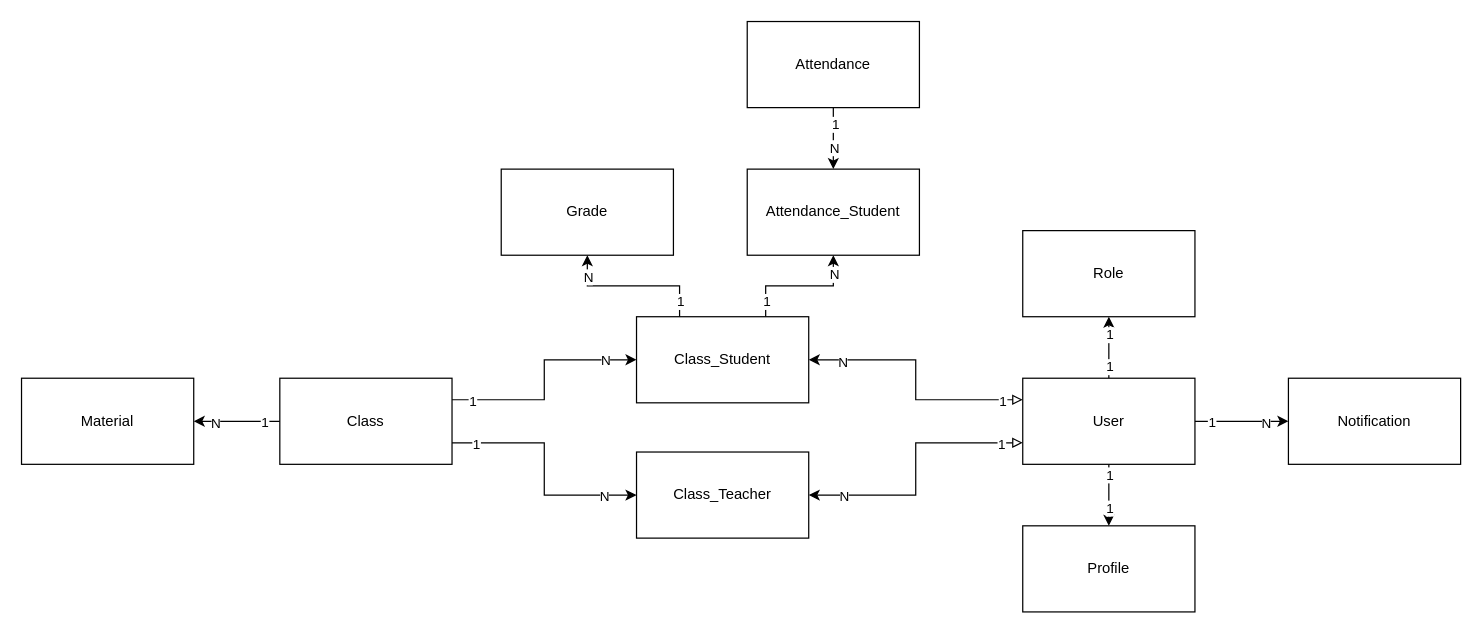
Earlier version of the draw.io diagram server/DMD.drawio (KonstancjaMG/SMS_Backend). Source tidied: cells renumbered, new cells numbered last; positions are measured from the earlier drawing's top-left corner, leaving out a move shared by most shapes. Both pictures are drawn from the tidied source at 123%, with x=0, y=0 at pixel (21, 21).
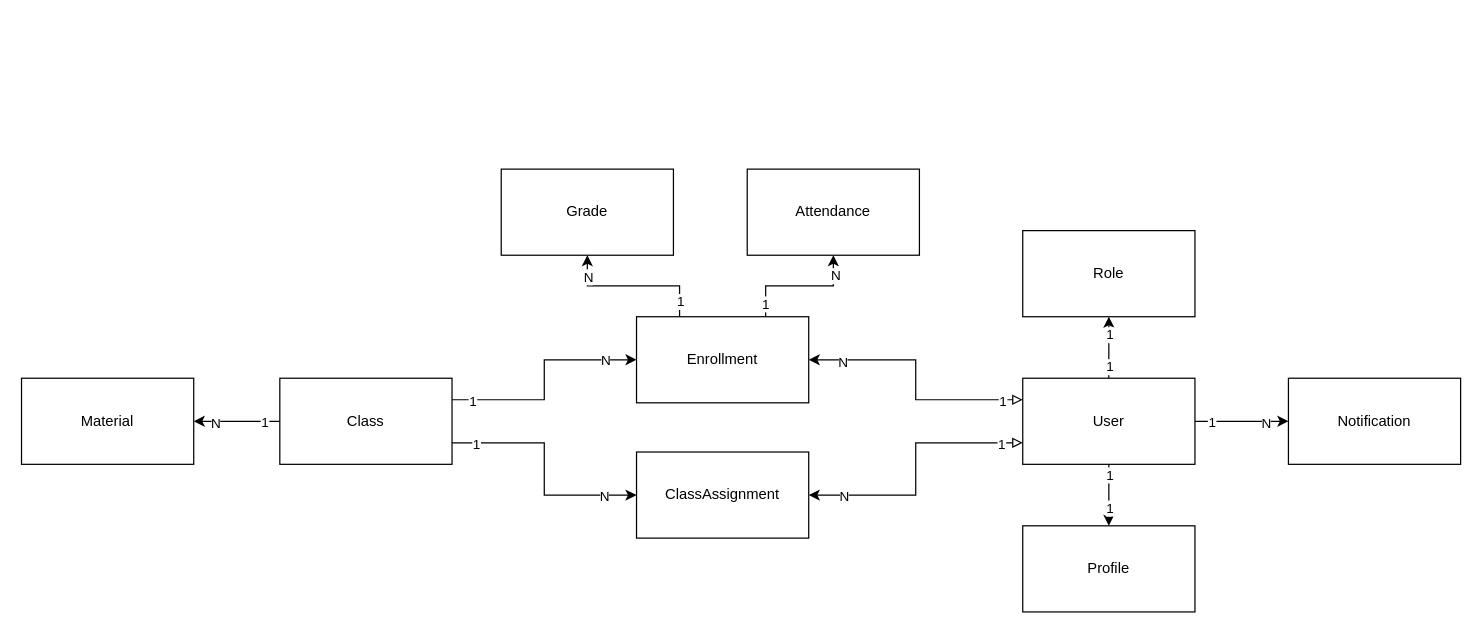
The same diagram, later.

The edit, as a diff of the source:
```diff
@@
-    <mxCell id="34" style="edgeStyle=orthogonalEdgeStyle;rounded=0;jettySize=auto;html=1;exitX=0.75;exitY=0;exitDx=0;exitDy=0;entryX=0.5;entryY=1;entryDx=0;entryDy=0;" parent="1" edge="1" source="37" target="45">
-      <mxGeometry relative="1" as="geometry" />
-    </mxCell>
-    <mxCell id="35" value="1" style="edgeLabel;html=1;align=center;verticalAlign=middle;" parent="34" vertex="1">
-      <mxGeometry x="-0.75" relative="1" as="geometry" />
-    </mxCell>
-    <mxCell id="36" value="N" style="edgeLabel;html=1;align=center;verticalAlign=middle;" parent="34" vertex="1">
-      <mxGeometry x="0.71" relative="1" as="geometry" />
-    </mxCell>
+    <mxCell id="46" style="edgeStyle=orthogonalEdgeStyle;rounded=0;jettySize=auto;html=1;exitX=0.75;exitY=0;exitDx=0;exitDy=0;entryX=0.5;entryY=1;entryDx=0;entryDy=0;" parent="1" edge="1" source="37" target="44">
+      <mxGeometry relative="1" as="geometry" />
+    </mxCell>
+    <mxCell id="47" value="1" style="edgeLabel;html=1;align=center;verticalAlign=middle;" parent="46" vertex="1">
+      <mxGeometry x="-0.79" y="1" relative="1" as="geometry" />
+    </mxCell>
+    <mxCell id="48" value="N" style="edgeLabel;html=1;align=center;verticalAlign=middle;" parent="46" vertex="1">
+      <mxGeometry x="0.7" y="-1" relative="1" as="geometry" />
+    </mxCell>
-    <mxCell id="37" value="Class_Student" style="rounded=0;whiteSpace=wrap;html=1;" parent="1" vertex="1">
+    <mxCell id="37" value="Enrollment" style="rounded=0;whiteSpace=wrap;html=1;" parent="1" vertex="1">
       <mxGeometry x="500" y="240" width="140" height="70" as="geometry" />
     </mxCell>
-    <mxCell id="38" value="Class_Teacher" style="rounded=0;whiteSpace=wrap;html=1;" parent="1" vertex="1">
+    <mxCell id="38" value="ClassAssignment" style="rounded=0;whiteSpace=wrap;html=1;" parent="1" vertex="1">
       <mxGeometry x="500" y="350" width="140" height="70" as="geometry" />
     </mxCell>
@@
-    <mxCell id="41" style="edgeStyle=orthogonalEdgeStyle;rounded=0;jettySize=auto;html=1;exitX=0.5;exitY=1;exitDx=0;exitDy=0;entryX=0.5;entryY=0;entryDx=0;entryDy=0;" parent="1" edge="1" source="44" target="45">
-      <mxGeometry relative="1" as="geometry" />
-    </mxCell>
-    <mxCell id="42" value="1" style="edgeLabel;html=1;align=center;verticalAlign=middle;" parent="41" vertex="1">
-      <mxGeometry x="-0.48" y="1" relative="1" as="geometry" />
-    </mxCell>
-    <mxCell id="43" value="N" style="edgeLabel;html=1;align=center;verticalAlign=middle;" parent="41" vertex="1">
-      <mxGeometry x="0.28" relative="1" as="geometry" />
-    </mxCell>
     <mxCell id="44" value="Attendance" style="rounded=0;whiteSpace=wrap;html=1;" parent="1" vertex="1">
-      <mxGeometry x="590" width="140" height="70" as="geometry" />
+      <mxGeometry x="590" y="120" width="140" height="70" as="geometry" />
     </mxCell>
-    <mxCell id="45" value="Attendance_Student" style="rounded=0;whiteSpace=wrap;html=1;" parent="1" vertex="1">
-      <mxGeometry x="590" y="120" width="140" height="70" as="geometry" />
-    </mxCell>
```
